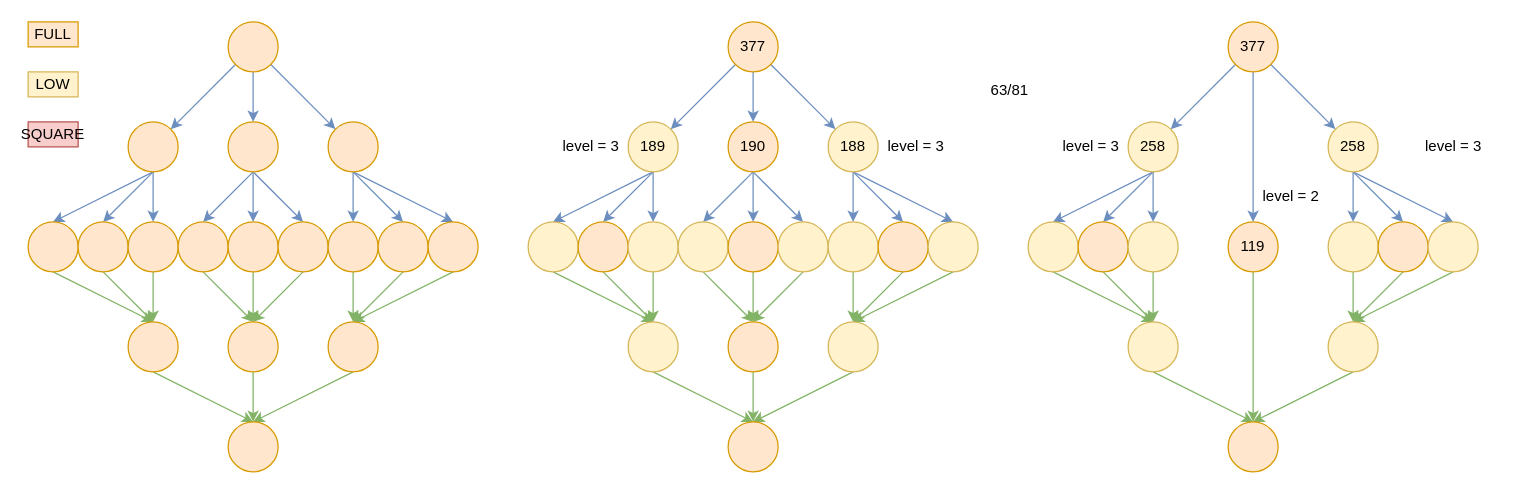
Before: page "pipeline variation" (14 of 16) of src/main/resources/Karatsuba.drawio in RicardoNid/Chainsaw2, a draw.io diagram. Source tidied: cells renumbered, new cells numbered last; positions are measured from the earlier drawing's top-left corner, leaving out a move shared by most shapes. Both pictures are drawn from the tidied source at 125%, with x=0, y=0 at pixel (28, 21).
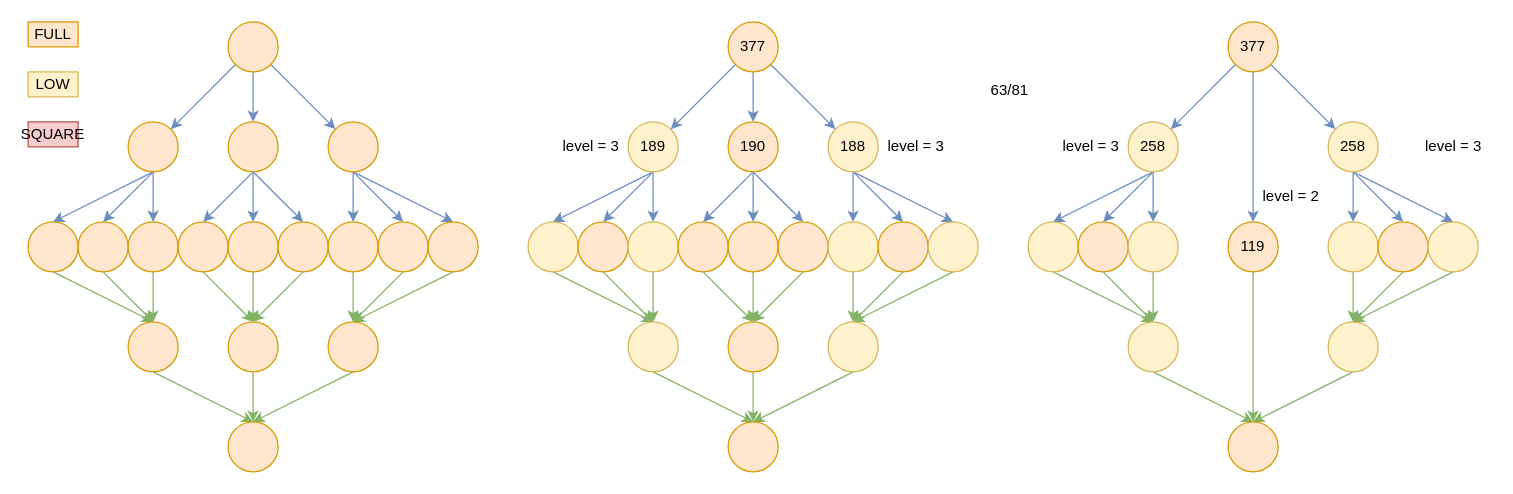
Above is the later version.

What changed in the source:
```diff
@@
-    <mxCell id="67" style="ellipse;whiteSpace=wrap;html=1;fillColor=#fff2cc;strokeColor=#d6b656;" parent="1" vertex="1">
+    <mxCell id="67" style="ellipse;whiteSpace=wrap;html=1;fillColor=#ffe6cc;strokeColor=#d79b00;" parent="1" vertex="1">
       <mxGeometry x="520" y="160" width="40" height="40" as="geometry" />
     </mxCell>
@@
-    <mxCell id="72" style="ellipse;whiteSpace=wrap;html=1;fillColor=#fff2cc;strokeColor=#d6b656;" parent="1" vertex="1">
+    <mxCell id="72" style="ellipse;whiteSpace=wrap;html=1;fillColor=#ffe6cc;strokeColor=#d79b00;" parent="1" vertex="1">
       <mxGeometry x="600" y="160" width="40" height="40" as="geometry" />
     </mxCell>
```
